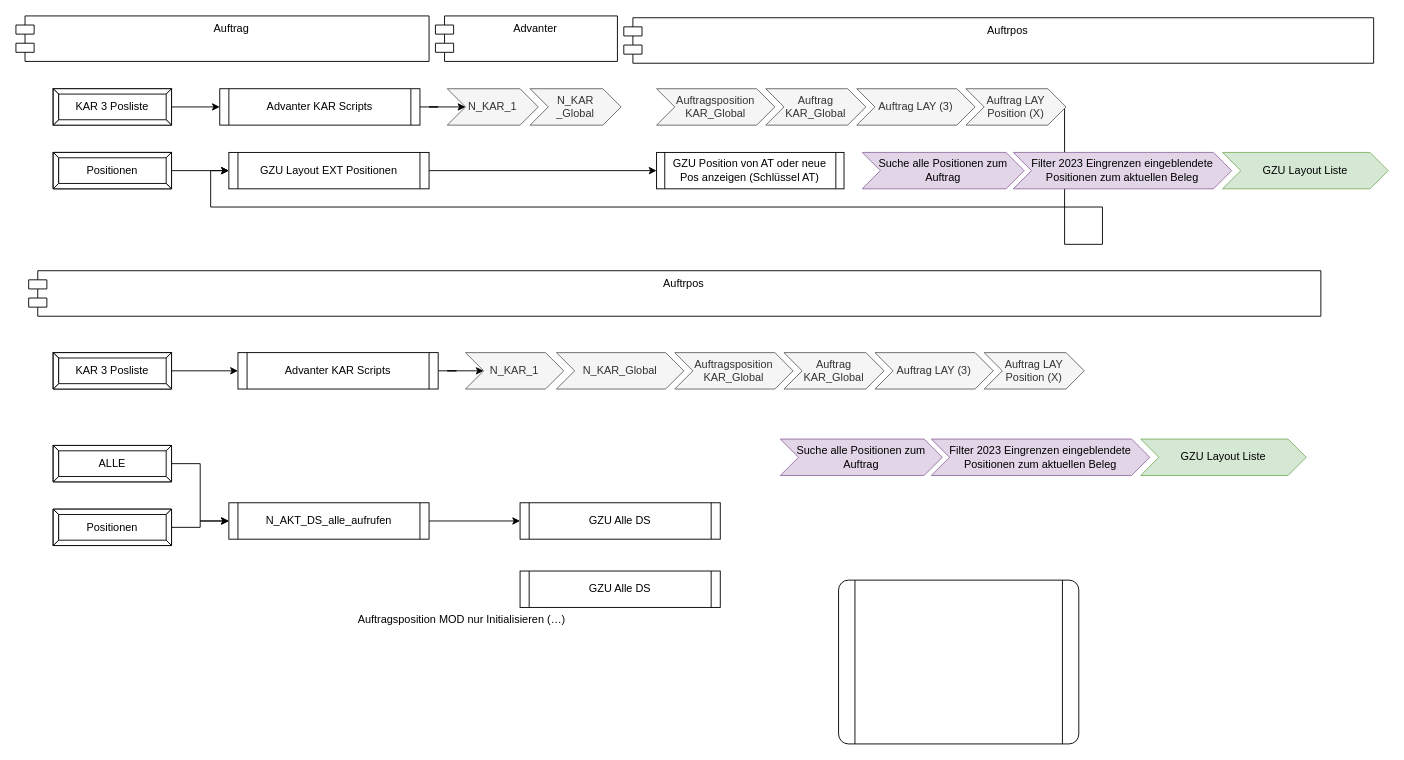
guenther-bs-de/documentation keeps this draw.io diagram as Untitled Diagram.drawio. Above is the earlier version. Source tidied: cells renumbered, new cells numbered last; positions are measured from the earlier drawing's top-left corner, leaving out a move shared by most shapes. Both pictures are drawn from the tidied source at 91%, with x=0, y=0 at pixel (15, 15).
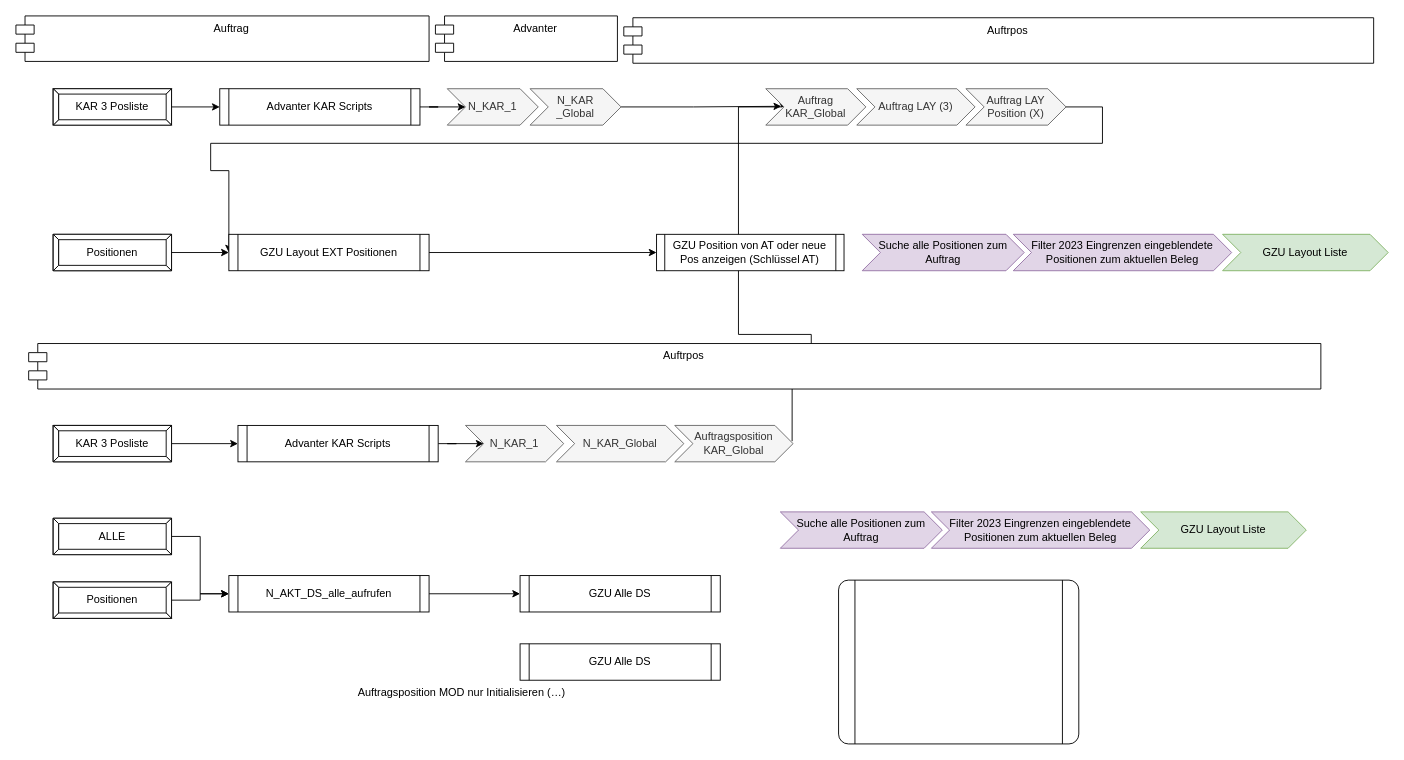
The same page after the edit.

The change refers to these unchanged cells:
```xml
<mxCell id="35" value="N_KAR&lt;br&gt;_Global" style="shape=step;perimeter=stepPerimeter;fixedSize=1;points=[];whiteSpace=wrap;html=1;fillColor=#f5f5f5;fontColor=#333333;strokeColor=#666666;" parent="1" vertex="1">
  <mxGeometry x="565" y="80" width="100" height="40" as="geometry" />
</mxCell>
<mxCell id="37" value="Auftrag KAR_Global" style="shape=step;perimeter=stepPerimeter;fixedSize=1;points=[];whiteSpace=wrap;html=1;fillColor=#f5f5f5;fontColor=#333333;strokeColor=#666666;" parent="1" vertex="1">
  <mxGeometry x="824" y="80" width="110" height="40" as="geometry" />
</mxCell>
<mxCell id="39" value="Auftrag LAY Position (X)" style="shape=step;perimeter=stepPerimeter;fixedSize=1;points=[];whiteSpace=wrap;html=1;fillColor=#f5f5f5;fontColor=#333333;strokeColor=#666666;" parent="1" vertex="1">
  <mxGeometry x="1044" y="80" width="110" height="40" as="geometry" />
</mxCell>
```

What changed in the source:
```diff
@@
     <mxCell id="6" value="ALLE" style="labelPosition=center;verticalLabelPosition=middle;align=center;html=1;shape=mxgraph.basic.button;dx=5.89;whiteSpace=wrap;" parent="1" vertex="1">
-      <mxGeometry x="41" y="472" width="130" height="40" as="geometry" />
+      <mxGeometry x="41" y="552" width="130" height="40" as="geometry" />
     </mxCell>
@@
     <mxCell id="8" value="N_AKT_DS_alle_aufrufen" style="shape=process;whiteSpace=wrap;html=1;backgroundOutline=1;size=0.045454545454545456;" parent="1" vertex="1">
-      <mxGeometry x="234" y="535" width="220" height="40" as="geometry" />
+      <mxGeometry x="234" y="615" width="220" height="40" as="geometry" />
     </mxCell>
     <mxCell id="9" value="GZU Alle DS" style="shape=process;whiteSpace=wrap;html=1;backgroundOutline=1;size=0.045454545454545456;" parent="1" vertex="1">
-      <mxGeometry x="554" y="535" width="220" height="40" as="geometry" />
+      <mxGeometry x="554" y="615" width="220" height="40" as="geometry" />
     </mxCell>
@@
     <mxCell id="11" value="Positionen" style="labelPosition=center;verticalLabelPosition=middle;align=center;html=1;shape=mxgraph.basic.button;dx=5.89;whiteSpace=wrap;" parent="1" vertex="1">
-      <mxGeometry x="41" y="542" width="130" height="40" as="geometry" />
+      <mxGeometry x="41" y="622" width="130" height="40" as="geometry" />
     </mxCell>
     <mxCell id="12" value="GZU Layout Liste" style="shape=step;perimeter=stepPerimeter;fixedSize=1;whiteSpace=wrap;html=1;fillColor=#d5e8d4;strokeColor=#82b366;" parent="1" vertex="1">
-      <mxGeometry x="1236" y="465" width="182" height="40" as="geometry" />
+      <mxGeometry x="1236" y="545" width="182" height="40" as="geometry" />
     </mxCell>
     <mxCell id="13" value="Suche alle Positionen zum Auftrag" style="shape=step;perimeter=stepPerimeter;fixedSize=1;whiteSpace=wrap;html=1;fillColor=#e1d5e7;strokeColor=#9673a6;" parent="1" vertex="1">
-      <mxGeometry x="840" y="465" width="178" height="40" as="geometry" />
+      <mxGeometry x="840" y="545" width="178" height="40" as="geometry" />
     </mxCell>
     <mxCell id="14" value="Filter 2023 Eingrenzen eingeblendete Positionen zum aktuellen Beleg" style="shape=step;perimeter=stepPerimeter;fixedSize=1;whiteSpace=wrap;html=1;fillColor=#e1d5e7;strokeColor=#9673a6;" parent="1" vertex="1">
-      <mxGeometry x="1006" y="465" width="240" height="40" as="geometry" />
+      <mxGeometry x="1006" y="545" width="240" height="40" as="geometry" />
     </mxCell>
     <mxCell id="15" value="GZU Alle DS" style="shape=process;whiteSpace=wrap;html=1;backgroundOutline=1;size=0.045454545454545456;" parent="1" vertex="1">
-      <mxGeometry x="554" y="610" width="220" height="40" as="geometry" />
+      <mxGeometry x="554" y="690" width="220" height="40" as="geometry" />
     </mxCell>
     <mxCell id="16" value="Auftragsposition MOD nur Initialisieren (…)" style="text;whiteSpace=wrap;html=1;" parent="1" vertex="1">
-      <mxGeometry x="374" y="650" width="560" height="50" as="geometry" />
+      <mxGeometry x="374" y="730" width="560" height="50" as="geometry" />
     </mxCell>
     <mxCell id="17" style="edgeStyle=orthogonalEdgeStyle;rounded=0;jettySize=auto;html=1;entryX=0;entryY=0.5;entryDx=0;entryDy=0;exitX=0.985;exitY=0.536;exitDx=0;exitDy=0;exitPerimeter=0;" parent="1" edge="1" source="39" target="43">
       <mxGeometry relative="1" as="geometry">
         <Array as="points">
-          <mxPoint x="1152" y="251" />
-          <mxPoint x="1194" y="251" />
-          <mxPoint x="1194" y="210" />
-          <mxPoint x="214" y="210" />
+          <mxPoint x="1152" y="100" />
+          <mxPoint x="1194" y="100" />
+          <mxPoint x="1194" y="140" />
+          <mxPoint x="214" y="140" />
           <mxPoint x="214" y="170" />
+          <mxPoint x="234" y="170" />
         </Array>
       </mxGeometry>
     </mxCell>
@@
     <mxCell id="19" value="KAR 3 Posliste" style="labelPosition=center;verticalLabelPosition=middle;align=center;html=1;shape=mxgraph.basic.button;dx=5.89;whiteSpace=wrap;" parent="1" vertex="1">
-      <mxGeometry x="41" y="370" width="130" height="40" as="geometry" />
+      <mxGeometry x="41" y="450" width="130" height="40" as="geometry" />
     </mxCell>
@@
     <mxCell id="21" value="Advanter KAR Scripts" style="shape=process;whiteSpace=wrap;html=1;backgroundOutline=1;size=0.045454545454545456;" parent="1" vertex="1">
-      <mxGeometry x="244" y="370" width="220" height="40" as="geometry" />
+      <mxGeometry x="244" y="450" width="220" height="40" as="geometry" />
     </mxCell>
     <mxCell id="22" value="N_KAR_1" style="shape=step;perimeter=stepPerimeter;fixedSize=1;points=[];whiteSpace=wrap;html=1;fillColor=#f5f5f5;fontColor=#333333;strokeColor=#666666;" parent="1" vertex="1">
-      <mxGeometry x="494" y="370" width="108" height="40" as="geometry" />
+      <mxGeometry x="494" y="450" width="108" height="40" as="geometry" />
     </mxCell>
     <mxCell id="23" value="N_KAR_Global" style="shape=step;perimeter=stepPerimeter;fixedSize=1;whiteSpace=wrap;html=1;fillColor=#f5f5f5;fontColor=#333333;strokeColor=#666666;" parent="1" vertex="1">
-      <mxGeometry x="594" y="370" width="140" height="40" as="geometry" />
+      <mxGeometry x="594" y="450" width="140" height="40" as="geometry" />
     </mxCell>
+    <mxCell id="48" style="edgeStyle=orthogonalEdgeStyle;rounded=0;jettySize=auto;html=1;exitX=0.992;exitY=0.433;exitDx=0;exitDy=0;exitPerimeter=0;entryX=0.164;entryY=0.533;entryDx=0;entryDy=0;entryPerimeter=0;" parent="1" edge="1" source="24" target="37">
+      <mxGeometry relative="1" as="geometry">
+        <Array as="points">
+          <mxPoint x="874" y="387" />
+          <mxPoint x="874" y="350" />
+          <mxPoint x="794" y="350" />
+          <mxPoint x="794" y="100" />
+          <mxPoint x="842" y="100" />
+        </Array>
+      </mxGeometry>
+    </mxCell>
     <mxCell id="24" value="Auftragsposition KAR_Global" style="shape=step;perimeter=stepPerimeter;fixedSize=1;points=[];whiteSpace=wrap;html=1;fillColor=#f5f5f5;fontColor=#333333;strokeColor=#666666;" parent="1" vertex="1">
-      <mxGeometry x="724" y="370" width="130" height="40" as="geometry" />
+      <mxGeometry x="724" y="450" width="130" height="40" as="geometry" />
     </mxCell>
-    <mxCell id="25" value="Auftrag KAR_Global" style="shape=step;perimeter=stepPerimeter;fixedSize=1;whiteSpace=wrap;html=1;fillColor=#f5f5f5;fontColor=#333333;strokeColor=#666666;" parent="1" vertex="1">
-      <mxGeometry x="844" y="370" width="110" height="40" as="geometry" />
-    </mxCell>
-    <mxCell id="26" value="Auftrag LAY (3)" style="shape=step;perimeter=stepPerimeter;fixedSize=1;whiteSpace=wrap;html=1;fillColor=#f5f5f5;fontColor=#333333;strokeColor=#666666;" parent="1" vertex="1">
-      <mxGeometry x="944" y="370" width="130" height="40" as="geometry" />
-    </mxCell>
-    <mxCell id="27" value="Auftrag LAY Position (X)" style="shape=step;perimeter=stepPerimeter;fixedSize=1;whiteSpace=wrap;html=1;fillColor=#f5f5f5;fontColor=#333333;strokeColor=#666666;" parent="1" vertex="1">
-      <mxGeometry x="1064" y="370" width="110" height="40" as="geometry" />
-    </mxCell>
     <mxCell id="28" value="Auftrpos" style="shape=module;align=left;spacingLeft=20;align=center;verticalAlign=top;whiteSpace=wrap;html=1;" parent="1" vertex="1">
-      <mxGeometry x="14" y="280" width="1420" height="50" as="geometry" />
+      <mxGeometry x="14" y="360" width="1420" height="50" as="geometry" />
     </mxCell>
@@
+    <mxCell id="49" style="edgeStyle=orthogonalEdgeStyle;rounded=0;jettySize=auto;html=1;entryX=0.155;entryY=0.483;entryDx=0;entryDy=0;entryPerimeter=0;" parent="1" edge="1" source="35" target="37">
+      <mxGeometry relative="1" as="geometry" />
+    </mxCell>
@@
-    <mxCell id="36" value="Auftragsposition KAR_Global" style="shape=step;perimeter=stepPerimeter;fixedSize=1;whiteSpace=wrap;html=1;fillColor=#f5f5f5;fontColor=#333333;strokeColor=#666666;" parent="1" vertex="1">
-      <mxGeometry x="704" y="80" width="130" height="40" as="geometry" />
-    </mxCell>
@@
     <mxCell id="40" value="Positionen" style="labelPosition=center;verticalLabelPosition=middle;align=center;html=1;shape=mxgraph.basic.button;dx=5.89;whiteSpace=wrap;" parent="1" vertex="1">
-      <mxGeometry x="41" y="150" width="130" height="40" as="geometry" />
+      <mxGeometry x="41" y="240" width="130" height="40" as="geometry" />
     </mxCell>
     <mxCell id="41" value="GZU Layout Liste" style="shape=step;perimeter=stepPerimeter;fixedSize=1;whiteSpace=wrap;html=1;fillColor=#d5e8d4;strokeColor=#82b366;" parent="1" vertex="1">
-      <mxGeometry x="1326" y="150" width="182" height="40" as="geometry" />
+      <mxGeometry x="1326" y="240" width="182" height="40" as="geometry" />
     </mxCell>
     <mxCell id="42" value="Suche alle Positionen zum Auftrag" style="shape=step;perimeter=stepPerimeter;fixedSize=1;whiteSpace=wrap;html=1;fillColor=#e1d5e7;strokeColor=#9673a6;" parent="1" vertex="1">
-      <mxGeometry x="930" y="150" width="178" height="40" as="geometry" />
+      <mxGeometry x="930" y="240" width="178" height="40" as="geometry" />
     </mxCell>
     <mxCell id="43" value="GZU Layout EXT Positionen" style="shape=process;whiteSpace=wrap;html=1;backgroundOutline=1;size=0.045454545454545456;" parent="1" vertex="1">
-      <mxGeometry x="234" y="150" width="220" height="40" as="geometry" />
+      <mxGeometry x="234" y="240" width="220" height="40" as="geometry" />
     </mxCell>
@@
     <mxCell id="45" value="GZU Position von AT oder neue Pos anzeigen (Schlüssel AT)" style="shape=process;whiteSpace=wrap;html=1;backgroundOutline=1;size=0.045454545454545456;" parent="1" vertex="1">
-      <mxGeometry x="704" y="150" width="206" height="40" as="geometry" />
+      <mxGeometry x="704" y="240" width="206" height="40" as="geometry" />
     </mxCell>
@@
     <mxCell id="47" value="Filter 2023 Eingrenzen eingeblendete Positionen zum aktuellen Beleg" style="shape=step;perimeter=stepPerimeter;fixedSize=1;whiteSpace=wrap;html=1;fillColor=#e1d5e7;strokeColor=#9673a6;" parent="1" vertex="1">
-      <mxGeometry x="1096" y="150" width="240" height="40" as="geometry" />
+      <mxGeometry x="1096" y="240" width="240" height="40" as="geometry" />
     </mxCell>
```
